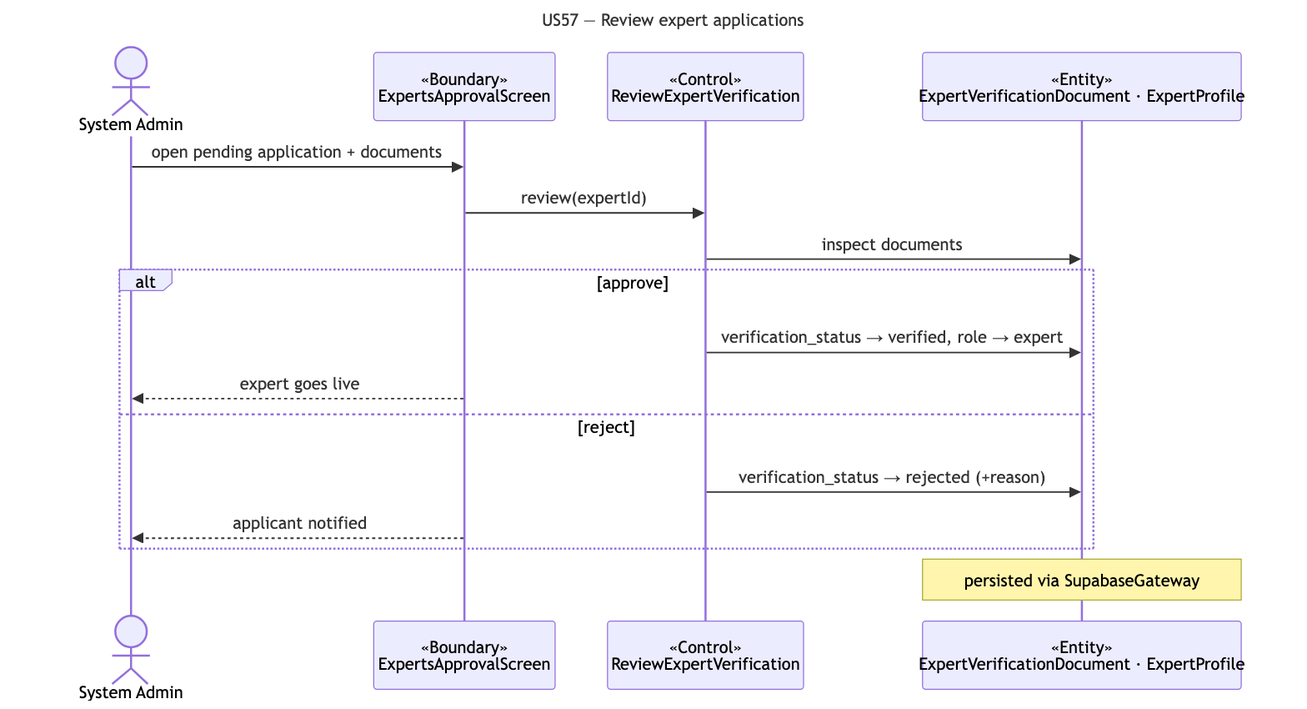
Before: docs/deliverables/sequence-diagrams/US57-review-applications.png, a diagram exported from Mermaid (cyuanjun/FYP-26-S2-37-app). Its source is kept beside it as docs/deliverables/sequence-diagrams/src/US57-review-applications.mmd.
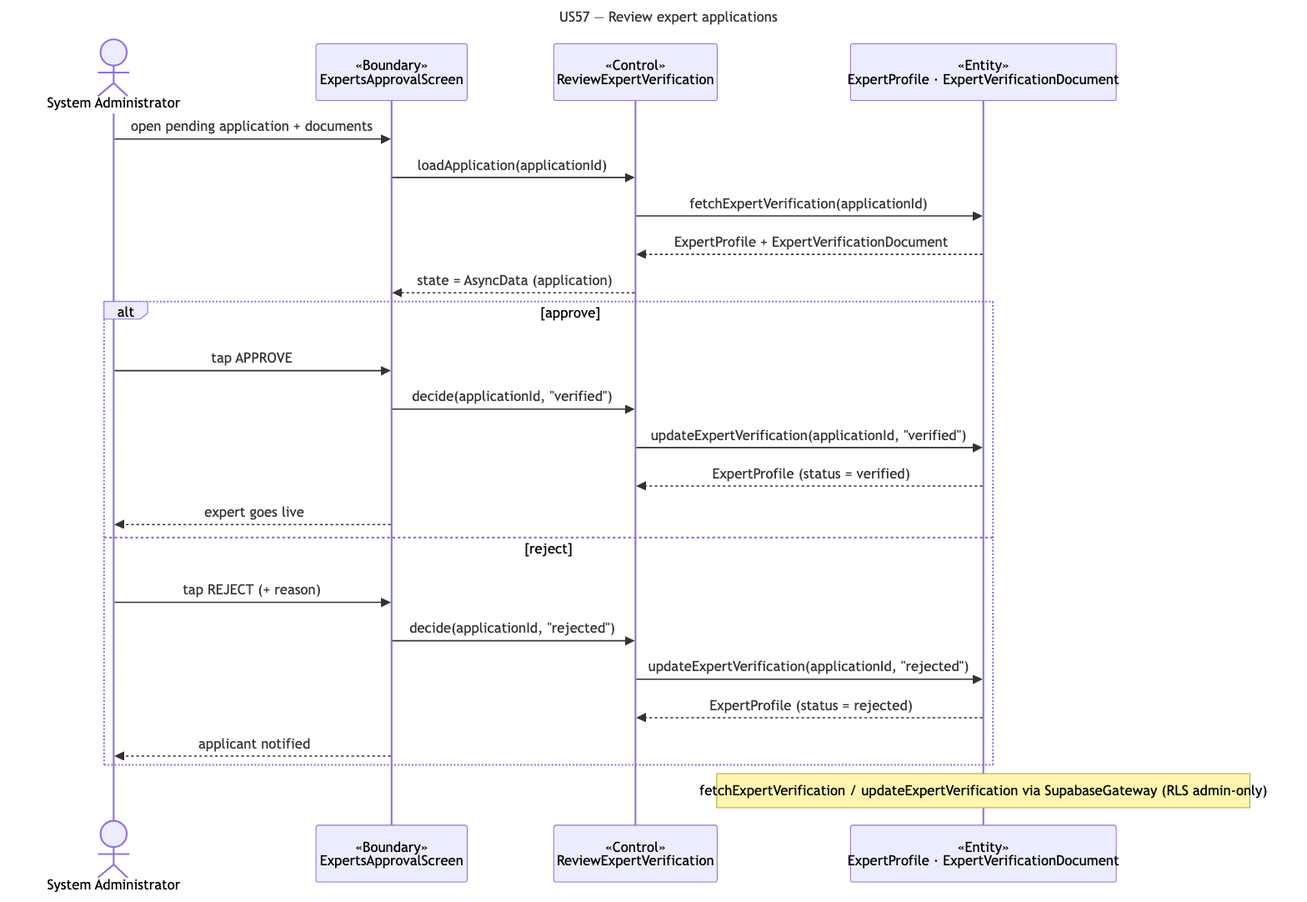
Above is the later version.

Change to the diagram source:
```diff
@@ -2,18 +2,26 @@
 title: "US57 — Review expert applications"
 ---
 sequenceDiagram
-  actor A as System Admin
+  actor A as System Administrator
   participant B as «Boundary»<br/>ExpertsApprovalScreen
   participant C as «Control»<br/>ReviewExpertVerification
-  participant E as «Entity»<br/>ExpertVerificationDocument · ExpertProfile
+  participant E as «Entity»<br/>ExpertProfile · ExpertVerificationDocument
   A->>B: open pending application + documents
-  B->>C: review(expertId)
-  C->>E: inspect documents
+  B->>C: loadApplication(applicationId)
+  C->>E: fetchExpertVerification(applicationId)
+  E-->>C: ExpertProfile + ExpertVerificationDocument
+  C-->>B: state = AsyncData (application)
   alt approve
-    C->>E: verification_status → verified, role → expert
+    A->>B: tap APPROVE
+    B->>C: decide(applicationId, "verified")
+    C->>E: updateExpertVerification(applicationId, "verified")
+    E-->>C: ExpertProfile (status = verified)
     B-->>A: expert goes live
   else reject
-    C->>E: verification_status → rejected (+reason)
+    A->>B: tap REJECT (+ reason)
+    B->>C: decide(applicationId, "rejected")
+    C->>E: updateExpertVerification(applicationId, "rejected")
+    E-->>C: ExpertProfile (status = rejected)
     B-->>A: applicant notified
   end
-  note over E: persisted via SupabaseGateway
+  note over E: fetchExpertVerification / updateExpertVerification via SupabaseGateway (RLS admin-only)
```
